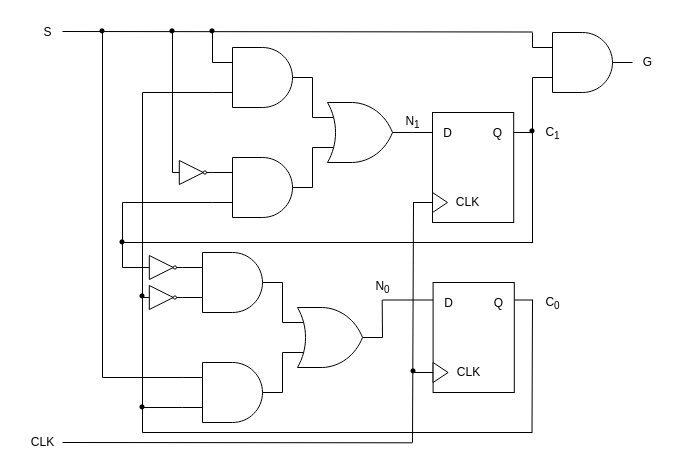
The draw.io diagram contents/figs/11/vending_circuit.drawio in k16kgw/Class_Josai_IntroToComputers, before the edit. Source tidied: cells renumbered, new cells numbered last; positions are measured from the earlier drawing's top-left corner, leaving out a move shared by most shapes. Both pictures are drawn from the tidied source at 100%, with x=0, y=0 at pixel (17, 16).
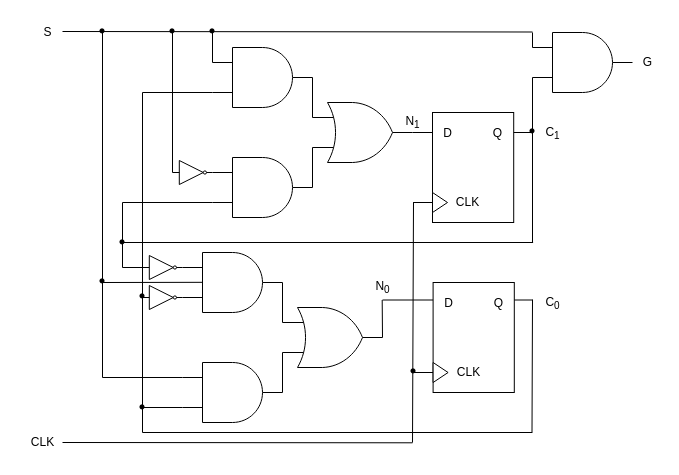
The same diagram, later.

The change refers to these unchanged cells:
```xml
<mxCell id="39" style="verticalLabelPosition=bottom;shadow=0;dashed=0;align=center;html=1;verticalAlign=top;shape=mxgraph.electrical.logic_gates.logic_gate;operation=and;" parent="1" vertex="1">
  <mxGeometry x="165" y="236" width="100" height="60" as="geometry" />
</mxCell>
```

Change to the diagram source:
```diff
@@
+    <mxCell id="66" style="endArrow=none;html=1;exitX=0.203;exitY=0.497;exitDx=0;exitDy=0;exitPerimeter=0;" parent="1" edge="1" source="39">
+      <mxGeometry relative="1" as="geometry">
+        <mxPoint x="85" y="266" as="targetPoint" />
+      </mxGeometry>
+    </mxCell>
+    <mxCell id="67" value="&lt;font style=&quot;font-size: 24px;&quot;&gt;・&lt;/font&gt;" style="text;html=1;align=center;verticalAlign=middle;whiteSpace=wrap;rounded=0;" parent="1" vertex="1">
+      <mxGeometry x="75" y="253.5" width="20" height="25" as="geometry" />
+    </mxCell>
```
